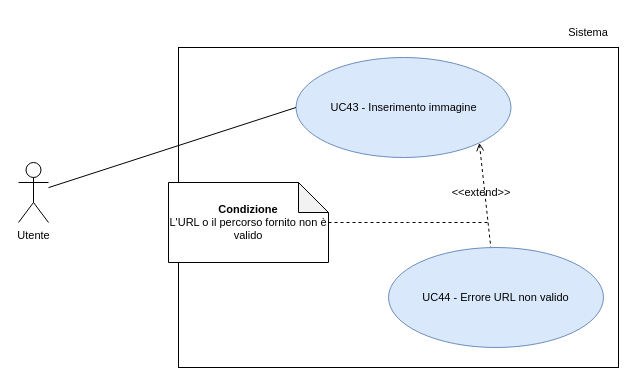
thebitless-group-swe/thebitless.github.io keeps this draw.io diagram as RTB/doc_esterna/analisi-dei-requisiti/assets/draw.io/UC43.drawio. Above is the earlier version. Source tidied: cells renumbered, new cells numbered last; positions are measured from the earlier drawing's top-left corner, leaving out a move shared by most shapes. Both pictures are drawn from the tidied source at 100%, with x=0, y=0 at pixel (18, 17).
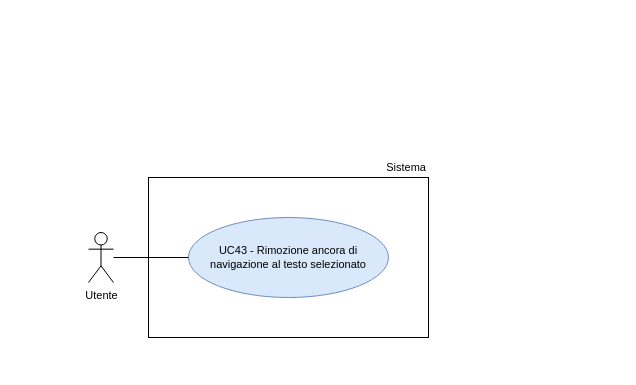
The same diagram, later.

Change to the diagram source:
```diff
@@
 <mxGraphModel>
   <root>
     <mxCell id="0" />
     <mxCell id="1" parent="0" />
-    <mxCell id="2" style="rounded=0;whiteSpace=wrap;html=1;" parent="1" vertex="1">
-      <mxGeometry x="160" y="30" width="440" height="320" as="geometry" />
-    </mxCell>
-    <mxCell id="3" style="rounded=0;jettySize=auto;html=1;exitX=1;exitY=1;exitDx=0;exitDy=0;dashed=1;startArrow=open;startFill=0;endArrow=none;endFill=0;" parent="1" edge="1" source="4" target="8">
-      <mxGeometry relative="1" as="geometry" />
-    </mxCell>
-    <mxCell id="4" value="UC43 - Inserimento immagine" style="ellipse;whiteSpace=wrap;html=1;fillColor=#dae8fc;strokeColor=#6c8ebf;fontSize=11;" parent="1" vertex="1">
-      <mxGeometry x="277.5" y="40" width="215" height="100" as="geometry" />
-    </mxCell>
-    <mxCell id="5" style="rounded=0;jettySize=auto;html=1;endArrow=none;endFill=0;entryX=0;entryY=0.5;entryDx=0;entryDy=0;" parent="1" edge="1" source="6" target="4">
-      <mxGeometry relative="1" as="geometry" />
-    </mxCell>
     <mxCell id="6" value="Utente" style="shape=umlActor;verticalLabelPosition=bottom;verticalAlign=top;html=1;outlineConnect=0;fontSize=11;" parent="1" vertex="1">
-      <mxGeometry y="145" width="30" height="60" as="geometry" />
+      <mxGeometry x="70" y="215" width="25" height="50" as="geometry" />
     </mxCell>
+    <mxCell id="12" style="rounded=0;whiteSpace=wrap;html=1;strokeWidth=1;" parent="1" vertex="1">
+      <mxGeometry x="130" y="160" width="280" height="160" as="geometry" />
+    </mxCell>
-    <mxCell id="7" value="Sistema" style="text;html=1;whiteSpace=wrap;strokeColor=none;fillColor=none;align=center;verticalAlign=middle;rounded=0;fontSize=11;" parent="1" vertex="1">
-      <mxGeometry x="540" width="60" height="30" as="geometry" />
+    <mxCell id="7" value="Sistema" style="text;html=1;whiteSpace=wrap;strokeColor=none;fillColor=none;align=right;verticalAlign=middle;fontSize=11;" parent="1" vertex="1">
+      <mxGeometry x="340" y="140" width="70" height="20" as="geometry" />
     </mxCell>
-    <mxCell id="8" value="UC44 - Errore URL non valido" style="ellipse;whiteSpace=wrap;html=1;fillColor=#dae8fc;strokeColor=#6c8ebf;fontSize=11;" parent="1" vertex="1">
-      <mxGeometry x="370" y="230" width="215" height="100" as="geometry" />
-    </mxCell>
-    <mxCell id="9" style="edgeStyle=orthogonalEdgeStyle;rounded=0;jettySize=auto;html=1;endArrow=none;endFill=0;dashed=1;" parent="1" edge="1" source="10">
-      <mxGeometry relative="1" as="geometry">
-        <mxPoint x="470" y="205" as="targetPoint" />
-      </mxGeometry>
-    </mxCell>
-    <mxCell id="10" value="&lt;b&gt;Condizione&lt;/b&gt;&lt;div&gt;L'URL o il percorso fornito non è valido&lt;/div&gt;" style="shape=note;whiteSpace=wrap;html=1;backgroundOutline=1;darkOpacity=0.05;fontSize=11;" parent="1" vertex="1">
-      <mxGeometry x="150" y="165" width="160" height="80" as="geometry" />
-    </mxCell>
-    <mxCell id="11" value="&amp;lt;&amp;lt;extend&amp;gt;&amp;gt;" style="text;html=1;whiteSpace=wrap;strokeColor=none;fillColor=none;align=center;verticalAlign=middle;rounded=0;fontSize=11;" parent="1" vertex="1">
-      <mxGeometry x="427.5" y="160" width="70" height="30" as="geometry" />
-    </mxCell>
+    <mxCell id="13" value="&lt;div&gt;UC43 - Rimozione ancora di navigazione&amp;nbsp;al testo selezionato&lt;/div&gt;" style="ellipse;whiteSpace=wrap;html=1;fillColor=#dae8fc;strokeColor=#6c8ebf;fontSize=11;" parent="1" vertex="1">
+      <mxGeometry x="170" y="200" width="200" height="80" as="geometry" />
+    </mxCell>
+    <mxCell id="14" style="edgeStyle=none;rounded=0;jettySize=auto;html=1;endArrow=none;endFill=0;" parent="1" edge="1" source="6" target="13">
+      <mxGeometry relative="1" as="geometry" />
+    </mxCell>
   </root>
 </mxGraphModel>
```
